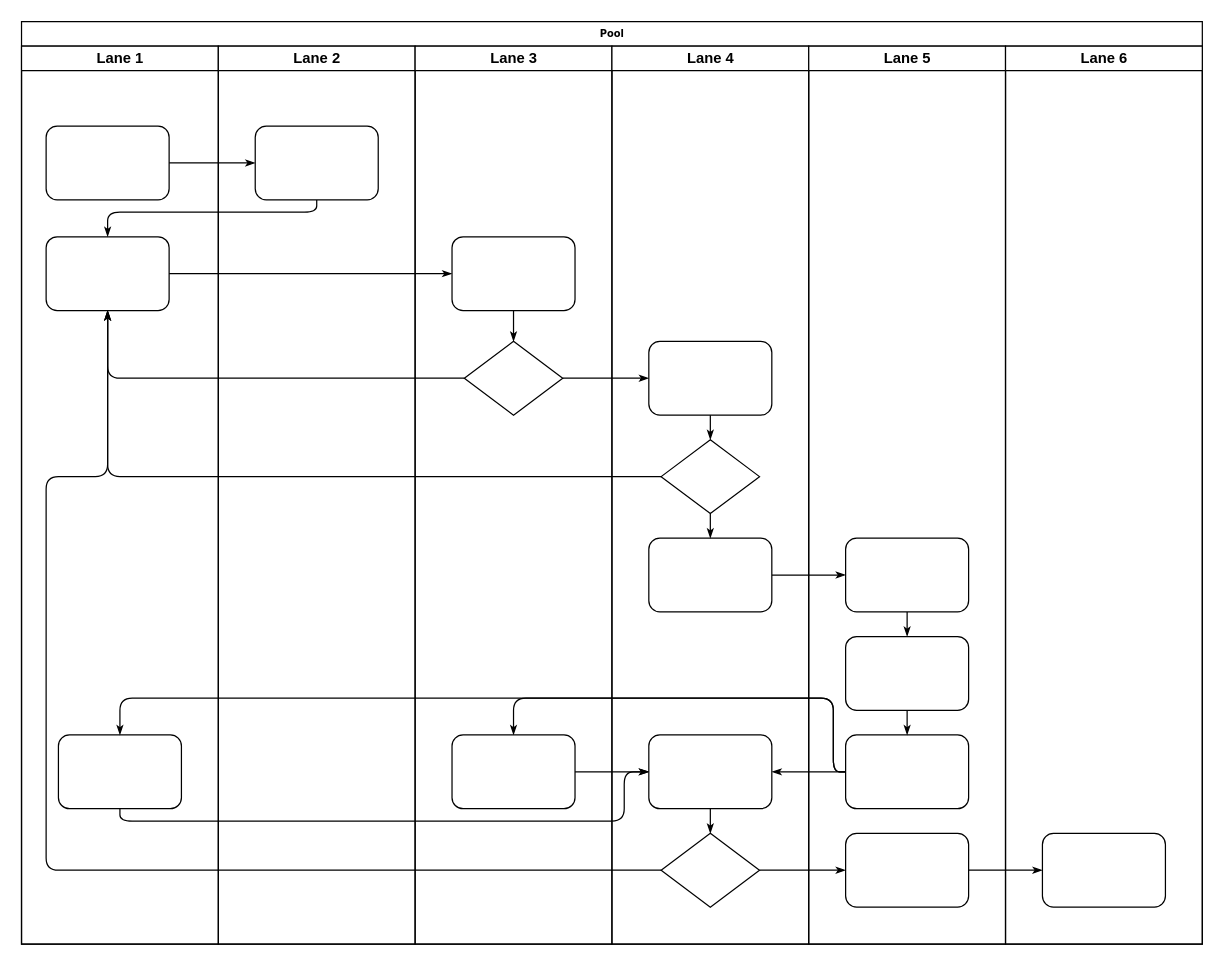
Gray-Ice/ZServer keeps this draw.io diagram as 未命名绘图.drawio. Above is the earlier version. Source tidied: cells renumbered, new cells numbered last; positions are measured from the earlier drawing's top-left corner, leaving out a move shared by most shapes. Both pictures are drawn from the tidied source at 123%, with x=0, y=0 at pixel (21, 21).
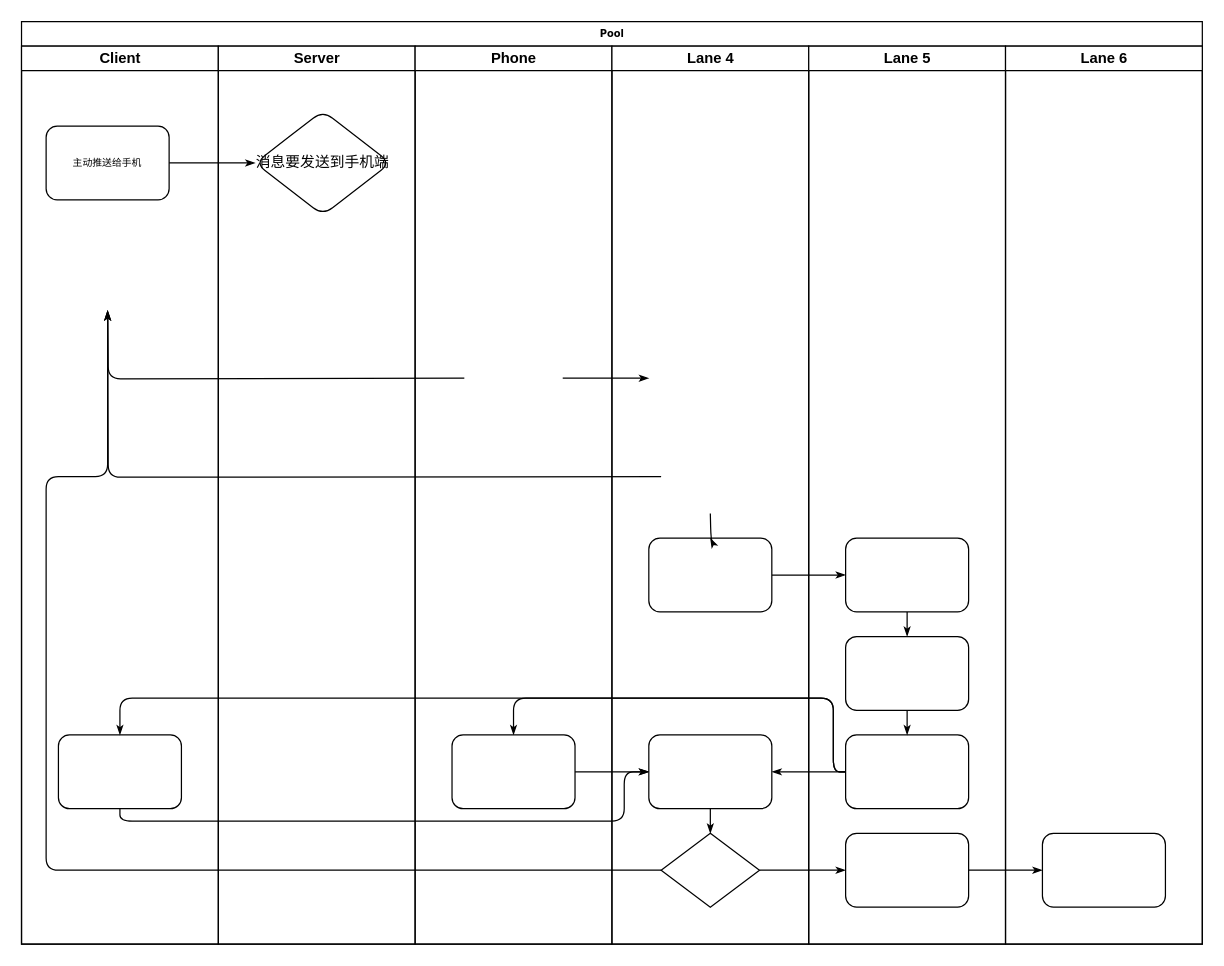
The same diagram, later.

The change refers to these unchanged cells:
```xml
<mxCell id="2" value="Pool" style="swimlane;html=1;startSize=20;rounded=0;shadow=0;labelBackgroundColor=none;strokeWidth=1;fontFamily=Verdana;fontSize=8;align=center;" parent="1" vertex="1">
  <mxGeometry width="960" height="750" as="geometry" />
</mxCell>
<mxCell id="29" value="Lane 4" style="swimlane;html=1;startSize=20;" parent="2" vertex="1">
  <mxGeometry x="480" y="20" width="160" height="730" as="geometry" />
</mxCell>
<mxCell id="32" style="rounded=1;whiteSpace=wrap;html=1;shadow=0;labelBackgroundColor=none;strokeWidth=1;fontFamily=Verdana;fontSize=8;align=center;" parent="29" vertex="1">
  <mxGeometry x="30" y="400" width="100" height="60" as="geometry" />
</mxCell>
<mxCell id="34" style="rhombus;whiteSpace=wrap;html=1;rounded=0;shadow=0;labelBackgroundColor=none;strokeWidth=1;fontFamily=Verdana;fontSize=8;align=center;" parent="29" vertex="1">
  <mxGeometry x="40" y="640" width="80" height="60" as="geometry" />
</mxCell>
```

What changed in the source:
```diff
@@
-    <mxCell id="3" value="Lane 1" style="swimlane;html=1;startSize=20;" parent="2" vertex="1">
+    <mxCell id="3" value="Client" style="swimlane;html=1;startSize=20;" parent="2" vertex="1">
       <mxGeometry y="20" width="160" height="730" as="geometry" />
     </mxCell>
-    <mxCell id="4" style="rounded=1;whiteSpace=wrap;html=1;shadow=0;labelBackgroundColor=none;strokeWidth=1;fontFamily=Verdana;fontSize=8;align=center;" parent="3" vertex="1">
+    <mxCell id="4" value="主动推送给手机" style="rounded=1;whiteSpace=wrap;html=1;shadow=0;labelBackgroundColor=none;strokeWidth=1;fontFamily=Verdana;fontSize=8;align=center;" parent="3" vertex="1">
       <mxGeometry x="20" y="65" width="100" height="60" as="geometry" />
     </mxCell>
-    <mxCell id="5" style="rounded=1;whiteSpace=wrap;html=1;shadow=0;labelBackgroundColor=none;strokeWidth=1;fontFamily=Verdana;fontSize=8;align=center;" parent="3" vertex="1">
-      <mxGeometry x="20" y="155" width="100" height="60" as="geometry" />
-    </mxCell>
@@
-    <mxCell id="8" style="edgeStyle=orthogonalEdgeStyle;rounded=1;html=1;labelBackgroundColor=none;startArrow=none;startFill=0;startSize=5;endArrow=classicThin;endFill=1;endSize=5;jettySize=auto;strokeWidth=1;fontFamily=Verdana;fontSize=8;" parent="2" edge="1" source="23" target="5">
-      <mxGeometry relative="1" as="geometry">
-        <Array as="points">
-          <mxPoint x="240" y="155" />
-          <mxPoint x="70" y="155" />
-        </Array>
-      </mxGeometry>
-    </mxCell>
-    <mxCell id="9" style="edgeStyle=orthogonalEdgeStyle;rounded=1;html=1;labelBackgroundColor=none;startArrow=none;startFill=0;startSize=5;endArrow=classicThin;endFill=1;endSize=5;jettySize=auto;strokeWidth=1;fontFamily=Verdana;fontSize=8;" parent="2" edge="1" source="5" target="25">
-      <mxGeometry relative="1" as="geometry" />
-    </mxCell>
-    <mxCell id="10" style="edgeStyle=orthogonalEdgeStyle;rounded=1;html=1;labelBackgroundColor=none;startArrow=none;startFill=0;startSize=5;endArrow=classicThin;endFill=1;endSize=5;jettySize=auto;strokeWidth=1;fontFamily=Verdana;fontSize=8;" parent="2" edge="1" source="26" target="5">
-      <mxGeometry relative="1" as="geometry" />
+    <mxCell id="10" style="edgeStyle=orthogonalEdgeStyle;rounded=1;html=1;labelBackgroundColor=none;startArrow=none;startFill=0;startSize=5;endArrow=classicThin;endFill=1;endSize=5;jettySize=auto;orthogonalLoop=1;strokeWidth=1;fontFamily=Verdana;fontSize=8;" parent="2" edge="1">
+      <mxGeometry relative="1" as="geometry">
+        <mxPoint x="360" y="290" as="sourcePoint" />
+        <mxPoint x="70" y="235" as="targetPoint" />
+      </mxGeometry>
     </mxCell>
-    <mxCell id="11" style="edgeStyle=orthogonalEdgeStyle;rounded=1;html=1;labelBackgroundColor=none;startArrow=none;startFill=0;startSize=5;endArrow=classicThin;endFill=1;endSize=5;jettySize=auto;strokeWidth=1;fontFamily=Verdana;fontSize=8;" parent="2" edge="1" source="31" target="5">
-      <mxGeometry relative="1" as="geometry" />
+    <mxCell id="11" style="edgeStyle=orthogonalEdgeStyle;rounded=1;html=1;labelBackgroundColor=none;startArrow=none;startFill=0;startSize=5;endArrow=classicThin;endFill=1;endSize=5;jettySize=auto;orthogonalLoop=1;strokeWidth=1;fontFamily=Verdana;fontSize=8;" parent="2" edge="1">
+      <mxGeometry relative="1" as="geometry">
+        <mxPoint x="520" y="370" as="sourcePoint" />
+        <mxPoint x="70" y="235" as="targetPoint" />
+      </mxGeometry>
     </mxCell>
-    <mxCell id="12" style="edgeStyle=orthogonalEdgeStyle;rounded=1;html=1;labelBackgroundColor=none;startArrow=none;startFill=0;startSize=5;endArrow=classicThin;endFill=1;endSize=5;jettySize=auto;strokeWidth=1;fontFamily=Verdana;fontSize=8;" parent="2" edge="1" source="34" target="5">
+    <mxCell id="12" style="edgeStyle=orthogonalEdgeStyle;rounded=1;html=1;labelBackgroundColor=none;startArrow=none;startFill=0;startSize=5;endArrow=classicThin;endFill=1;endSize=5;jettySize=auto;strokeWidth=1;fontFamily=Verdana;fontSize=8;" parent="2" edge="1" source="34">
       <mxGeometry relative="1" as="geometry">
+        <mxPoint x="70" y="235" as="targetPoint" />
         <Array as="points">
           <mxPoint x="20" y="690" />
           <mxPoint x="20" y="370" />
           <mxPoint x="70" y="370" />
         </Array>
       </mxGeometry>
     </mxCell>
-    <mxCell id="13" style="edgeStyle=orthogonalEdgeStyle;rounded=1;html=1;labelBackgroundColor=none;startArrow=none;startFill=0;startSize=5;endArrow=classicThin;endFill=1;endSize=5;jettySize=auto;strokeWidth=1;fontFamily=Verdana;fontSize=8;" parent="2" edge="1" source="26" target="30">
-      <mxGeometry relative="1" as="geometry" />
+    <mxCell id="13" style="edgeStyle=orthogonalEdgeStyle;rounded=1;html=1;labelBackgroundColor=none;startArrow=none;startFill=0;startSize=5;endArrow=classicThin;endFill=1;endSize=5;jettySize=auto;orthogonalLoop=1;strokeWidth=1;fontFamily=Verdana;fontSize=8;" parent="2" edge="1">
+      <mxGeometry relative="1" as="geometry">
+        <mxPoint x="440" y="290" as="sourcePoint" />
+        <mxPoint x="510" y="290" as="targetPoint" />
+      </mxGeometry>
     </mxCell>
@@
-    <mxCell id="22" value="Lane 2" style="swimlane;html=1;startSize=20;" parent="2" vertex="1">
+    <mxCell id="22" value="Server" style="swimlane;html=1;startSize=20;" parent="2" vertex="1">
       <mxGeometry x="160" y="20" width="160" height="730" as="geometry" />
     </mxCell>
-    <mxCell id="23" style="rounded=1;whiteSpace=wrap;html=1;shadow=0;labelBackgroundColor=none;strokeWidth=1;fontFamily=Verdana;fontSize=8;align=center;" parent="22" vertex="1">
-      <mxGeometry x="30" y="65" width="100" height="60" as="geometry" />
+    <mxCell id="23" value="消息要发送到手机端" style="rounded=1;whiteSpace=wrap;html=1;shadow=0;labelBackgroundColor=none;strokeWidth=1;fontFamily=Helvetica;fontSize=12;align=center;shape=rhombus;perimeter=rhombusPerimeter;" parent="22" vertex="1">
+      <mxGeometry x="30" y="52.5" width="110" height="85" as="geometry" />
     </mxCell>
-    <mxCell id="24" value="Lane 3" style="swimlane;html=1;startSize=20;" parent="2" vertex="1">
+    <mxCell id="24" value="Phone" style="swimlane;html=1;startSize=20;" parent="2" vertex="1">
       <mxGeometry x="320" y="20" width="160" height="730" as="geometry" />
     </mxCell>
-    <mxCell id="25" style="rounded=1;whiteSpace=wrap;html=1;shadow=0;labelBackgroundColor=none;strokeWidth=1;fontFamily=Verdana;fontSize=8;align=center;" parent="24" vertex="1">
-      <mxGeometry x="30" y="155" width="100" height="60" as="geometry" />
-    </mxCell>
-    <mxCell id="26" style="rhombus;whiteSpace=wrap;html=1;rounded=0;shadow=0;labelBackgroundColor=none;strokeWidth=1;fontFamily=Verdana;fontSize=8;align=center;" parent="24" vertex="1">
-      <mxGeometry x="40" y="240" width="80" height="60" as="geometry" />
-    </mxCell>
@@
-    <mxCell id="28" style="edgeStyle=orthogonalEdgeStyle;rounded=1;html=1;labelBackgroundColor=none;startArrow=none;startFill=0;startSize=5;endArrow=classicThin;endFill=1;endSize=5;jettySize=auto;strokeWidth=1;fontFamily=Verdana;fontSize=8;" parent="24" edge="1" source="25" target="26">
-      <mxGeometry relative="1" as="geometry" />
-    </mxCell>
@@
-    <mxCell id="30" style="rounded=1;whiteSpace=wrap;html=1;shadow=0;labelBackgroundColor=none;strokeWidth=1;fontFamily=Verdana;fontSize=8;align=center;" parent="29" vertex="1">
-      <mxGeometry x="30" y="240" width="100" height="60" as="geometry" />
-    </mxCell>
-    <mxCell id="31" style="rhombus;whiteSpace=wrap;html=1;rounded=0;shadow=0;labelBackgroundColor=none;strokeWidth=1;fontFamily=Verdana;fontSize=8;align=center;" parent="29" vertex="1">
-      <mxGeometry x="40" y="320" width="80" height="60" as="geometry" />
-    </mxCell>
@@
-    <mxCell id="35" style="edgeStyle=orthogonalEdgeStyle;rounded=1;html=1;labelBackgroundColor=none;startArrow=none;startFill=0;startSize=5;endArrow=classicThin;endFill=1;endSize=5;jettySize=auto;strokeColor=#000000;strokeWidth=1;fontFamily=Verdana;fontSize=8;fontColor=#000000;" parent="29" edge="1" source="30" target="31">
-      <mxGeometry relative="1" as="geometry" />
-    </mxCell>
-    <mxCell id="36" style="edgeStyle=orthogonalEdgeStyle;rounded=1;html=1;labelBackgroundColor=none;startArrow=none;startFill=0;startSize=5;endArrow=classicThin;endFill=1;endSize=5;jettySize=auto;strokeWidth=1;fontFamily=Verdana;fontSize=8;" parent="29" edge="1" source="31" target="32">
-      <mxGeometry relative="1" as="geometry" />
+    <mxCell id="36" style="edgeStyle=orthogonalEdgeStyle;rounded=1;html=1;labelBackgroundColor=none;startArrow=none;startFill=0;startSize=5;endArrow=classicThin;endFill=1;endSize=5;jettySize=auto;strokeWidth=1;fontFamily=Verdana;fontSize=8;" parent="29" edge="1" target="32">
+      <mxGeometry relative="1" as="geometry">
+        <mxPoint x="80" y="380" as="sourcePoint" />
+      </mxGeometry>
     </mxCell>
```
